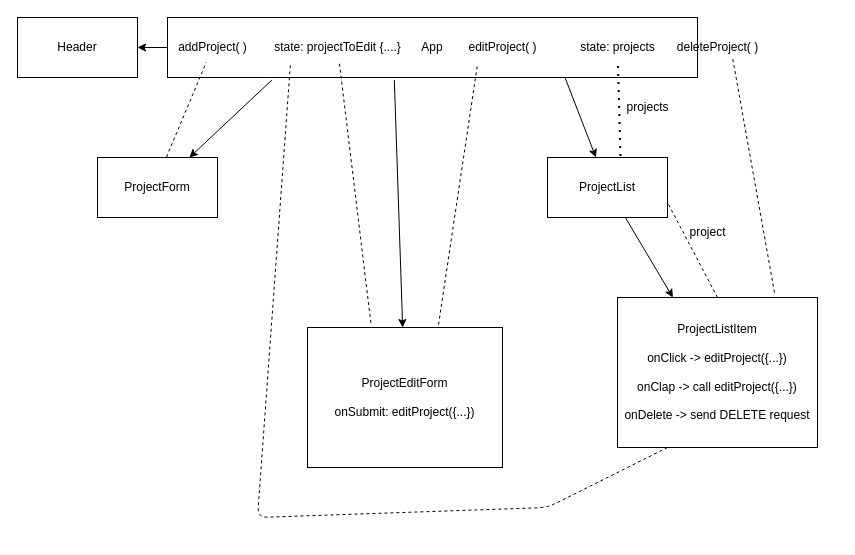
rachelAtFlatiron/EAST-SE-041023-Phase-2-React keeps this draw.io diagram as react-tree.drawio. Above is the earlier version. Source tidied: cells renumbered, new cells numbered last; positions are measured from the earlier drawing's top-left corner, leaving out a move shared by most shapes. Both pictures are drawn from the tidied source at 100%, with x=0, y=0 at pixel (17, 17).
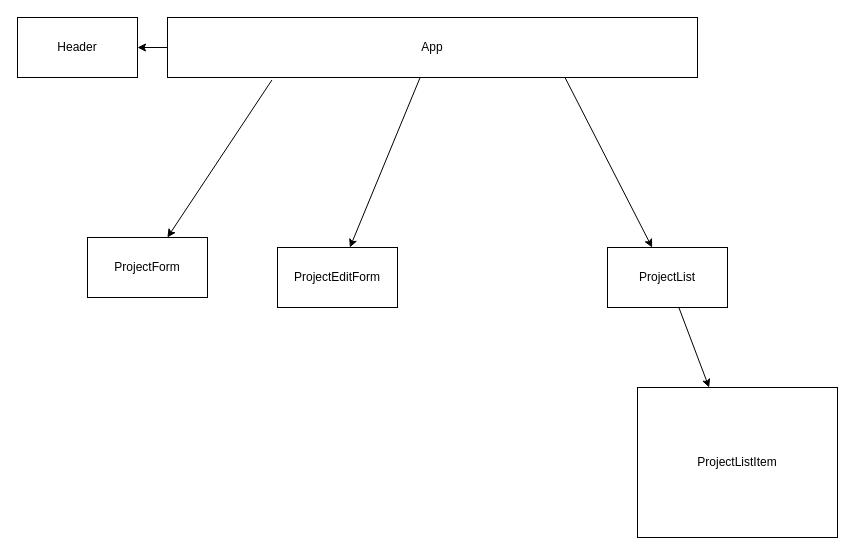
The same page after the edit.

The change refers to these unchanged cells:
```xml
<mxCell id="6" value="App" style="whiteSpace=wrap;html=1;" parent="1" vertex="1">
  <mxGeometry x="150" width="530" height="60" as="geometry" />
</mxCell>
```

What changed in the source:
```diff
@@
-    <mxCell id="3" style="edgeStyle=none;html=1;exitX=0.428;exitY=1.042;exitDx=0;exitDy=0;exitPerimeter=0;" parent="1" edge="1" source="6" target="9">
-      <mxGeometry relative="1" as="geometry" />
-    </mxCell>
@@
+    <mxCell id="27" style="edgeStyle=none;html=1;" parent="1" edge="1" source="6" target="26">
+      <mxGeometry relative="1" as="geometry" />
+    </mxCell>
@@
     <mxCell id="8" value="ProjectForm" style="whiteSpace=wrap;html=1;" parent="1" vertex="1">
-      <mxGeometry x="80" y="140" width="120" height="60" as="geometry" />
+      <mxGeometry x="70" y="220" width="120" height="60" as="geometry" />
     </mxCell>
-    <mxCell id="9" value="ProjectEditForm&lt;br&gt;&lt;br&gt;onSubmit: editProject({...})" style="whiteSpace=wrap;html=1;" parent="1" vertex="1">
-      <mxGeometry x="290" y="310" width="195" height="140" as="geometry" />
-    </mxCell>
@@
     <mxCell id="11" value="ProjectList" style="whiteSpace=wrap;html=1;" parent="1" vertex="1">
-      <mxGeometry x="530" y="140" width="120" height="60" as="geometry" />
+      <mxGeometry x="590" y="230" width="120" height="60" as="geometry" />
     </mxCell>
-    <mxCell id="12" value="ProjectListItem&lt;br&gt;&lt;br&gt;onClick -&amp;gt; editProject({...})&lt;br&gt;&lt;br&gt;onClap -&amp;gt; call editProject({...})&lt;br&gt;&lt;br&gt;onDelete -&amp;gt; send DELETE request&lt;br&gt;" style="whiteSpace=wrap;html=1;" parent="1" vertex="1">
-      <mxGeometry x="600" y="280" width="200" height="150" as="geometry" />
+    <mxCell id="12" value="ProjectListItem" style="whiteSpace=wrap;html=1;" parent="1" vertex="1">
+      <mxGeometry x="620" y="370" width="200" height="150" as="geometry" />
     </mxCell>
-    <mxCell id="13" style="endArrow=none;dashed=1;html=1;exitX=0.575;exitY=-0.008;exitDx=0;exitDy=0;exitPerimeter=0;" parent="1" edge="1" source="8" target="14">
-      <mxGeometry relative="1" as="geometry" />
-    </mxCell>
-    <mxCell id="14" value="addProject( )" style="text;html=1;align=center;verticalAlign=middle;points=[];strokeColor=none;fillColor=none;" parent="1" vertex="1">
-      <mxGeometry x="150" y="15" width="90" height="30" as="geometry" />
-    </mxCell>
-    <mxCell id="15" value="state: projects" style="text;html=1;align=center;verticalAlign=middle;points=[];strokeColor=none;fillColor=none;" parent="1" vertex="1">
-      <mxGeometry x="550" y="15" width="100" height="30" as="geometry" />
-    </mxCell>
-    <mxCell id="16" style="endArrow=none;dashed=1;html=1;dashPattern=1 3;strokeWidth=2;exitX=0.608;exitY=-0.025;exitDx=0;exitDy=0;exitPerimeter=0;" parent="1" edge="1" source="11" target="15">
-      <mxGeometry relative="1" as="geometry" />
-    </mxCell>
-    <mxCell id="17" style="endArrow=none;dashed=1;html=1;entryX=1;entryY=0.75;entryDx=0;entryDy=0;exitX=0.5;exitY=0;exitDx=0;exitDy=0;" parent="1" edge="1" source="12" target="11">
-      <mxGeometry relative="1" as="geometry" />
-    </mxCell>
-    <mxCell id="18" value="project" style="text;html=1;align=center;verticalAlign=middle;strokeColor=none;fillColor=none;" parent="1" vertex="1">
-      <mxGeometry x="660" y="200" width="60" height="30" as="geometry" />
-    </mxCell>
-    <mxCell id="19" value="state: projectToEdit {....}" style="text;html=1;align=center;verticalAlign=middle;points=[];strokeColor=none;fillColor=none;" parent="1" vertex="1">
-      <mxGeometry x="245" y="15" width="150" height="30" as="geometry" />
-    </mxCell>
-    <mxCell id="20" value="editProject( )" style="text;html=1;align=center;verticalAlign=middle;points=[];strokeColor=none;fillColor=none;" parent="1" vertex="1">
-      <mxGeometry x="440" y="15" width="90" height="30" as="geometry" />
-    </mxCell>
-    <mxCell id="21" style="endArrow=none;dashed=1;html=1;entryX=0.222;entryY=1.067;entryDx=0;entryDy=0;entryPerimeter=0;exitX=0.672;exitY=-0.021;exitDx=0;exitDy=0;exitPerimeter=0;" parent="1" edge="1" source="9" target="20">
-      <mxGeometry relative="1" as="geometry" />
-    </mxCell>
-    <mxCell id="22" style="endArrow=none;dashed=1;html=1;exitX=0.325;exitY=-0.033;exitDx=0;exitDy=0;exitPerimeter=0;" parent="1" edge="1" source="9" target="19">
-      <mxGeometry relative="1" as="geometry" />
-    </mxCell>
-    <mxCell id="23" style="endArrow=none;dashed=1;html=1;entryX=0.187;entryY=1;entryDx=0;entryDy=0;entryPerimeter=0;exitX=0.25;exitY=1;exitDx=0;exitDy=0;" parent="1" edge="1" source="12" target="19">
-      <mxGeometry relative="1" as="geometry">
-        <Array as="points">
-          <mxPoint x="530" y="490" />
-          <mxPoint x="240" y="500" />
-        </Array>
-      </mxGeometry>
-    </mxCell>
-    <mxCell id="24" value="projects" style="text;html=1;align=center;verticalAlign=middle;strokeColor=none;fillColor=none;" parent="1" vertex="1">
-      <mxGeometry x="595" y="75" width="70" height="30" as="geometry" />
-    </mxCell>
-    <mxCell id="25" value="deleteProject( )" style="text;html=1;align=center;verticalAlign=middle;strokeColor=none;fillColor=none;" parent="1" vertex="1">
-      <mxGeometry x="650" y="15" width="100" height="30" as="geometry" />
-    </mxCell>
-    <mxCell id="26" style="endArrow=none;dashed=1;html=1;exitX=0.785;exitY=-0.033;exitDx=0;exitDy=0;exitPerimeter=0;" parent="1" edge="1" source="12">
-      <mxGeometry relative="1" as="geometry">
-        <mxPoint x="715" y="40" as="targetPoint" />
-      </mxGeometry>
+    <mxCell id="26" value="ProjectEditForm" style="whiteSpace=wrap;html=1;" parent="1" vertex="1">
+      <mxGeometry x="260" y="230" width="120" height="60" as="geometry" />
     </mxCell>
```
